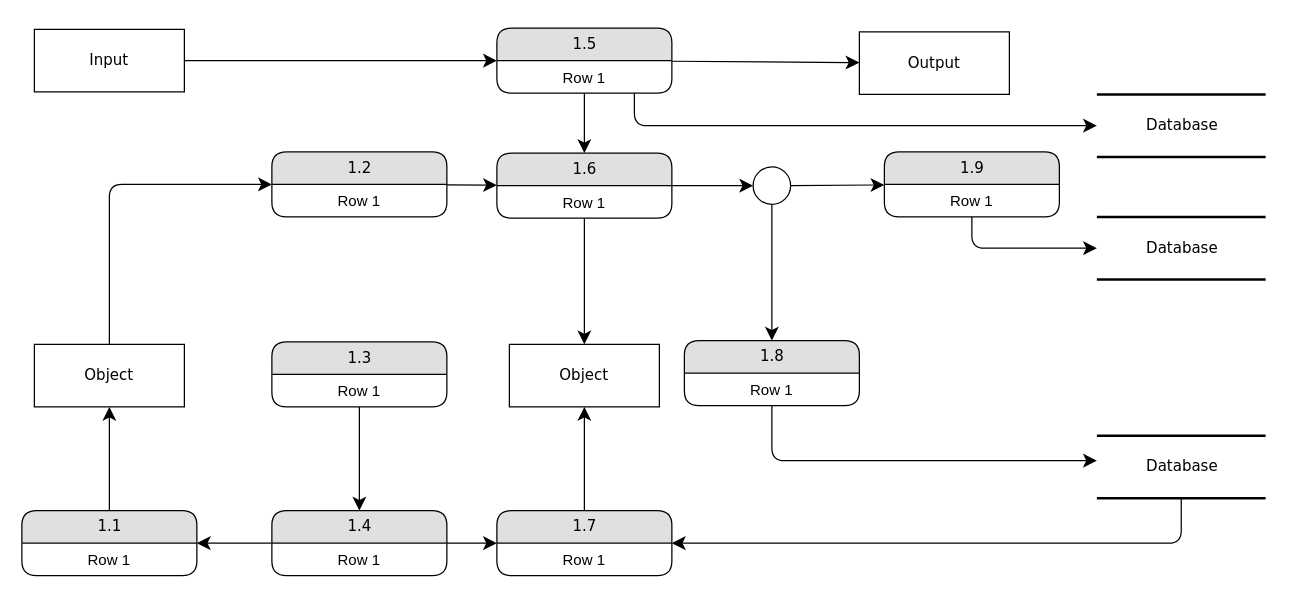
The draw.io diagram images/Untitled Diagram.drawio in ShandowOfStarLight/love_bot, before the edit. Source tidied: cells renumbered, new cells numbered last; positions are measured from the earlier drawing's top-left corner, leaving out a move shared by most shapes. Both pictures are drawn from the tidied source at 125%, with x=0, y=0 at pixel (21, 28).
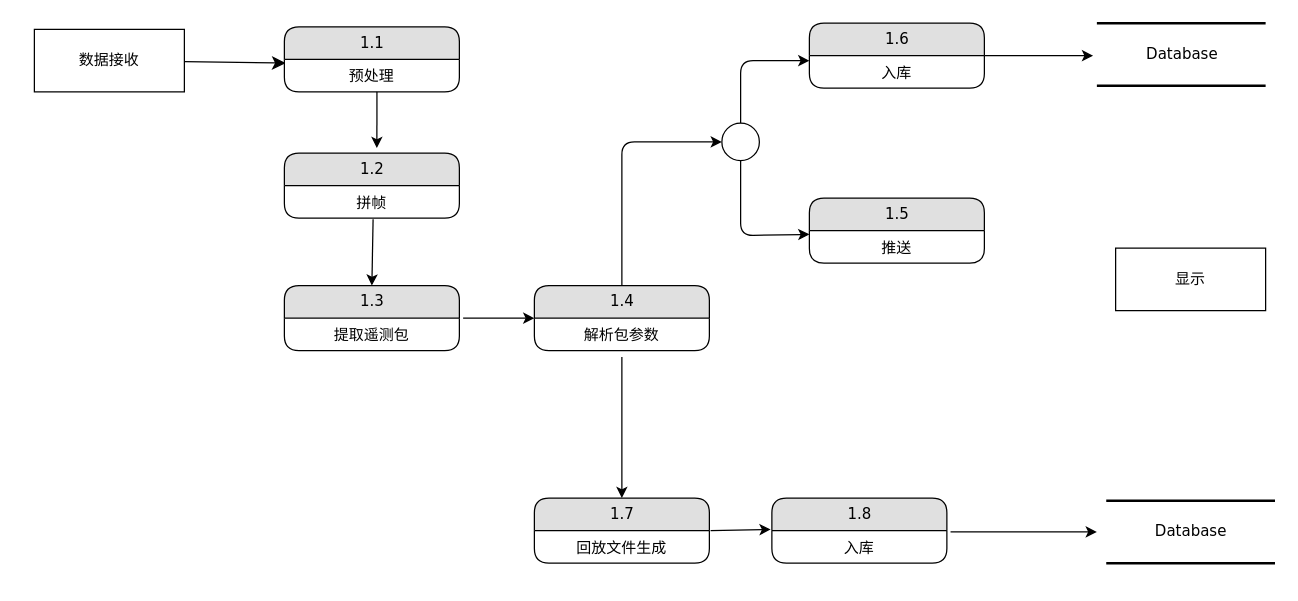
The same diagram, later.

Diff of the diagram source:
```diff
@@
     <mxCell id="2" value="Database" style="html=1;rounded=0;shadow=0;comic=0;labelBackgroundColor=none;strokeWidth=2;fontFamily=Verdana;fontSize=12;align=center;shape=mxgraph.ios7ui.horLines;" parent="1" vertex="1">
-      <mxGeometry x="860" y="53" width="135" height="50" as="geometry" />
+      <mxGeometry x="860" y="-4" width="135" height="50" as="geometry" />
     </mxCell>
-    <mxCell id="3" value="Database" style="html=1;rounded=0;shadow=0;comic=0;labelBackgroundColor=none;strokeWidth=2;fontFamily=Verdana;fontSize=12;align=center;shape=mxgraph.ios7ui.horLines;" parent="1" vertex="1">
-      <mxGeometry x="860" y="151" width="135" height="50" as="geometry" />
-    </mxCell>
-    <mxCell id="4" value="Output" style="whiteSpace=wrap;html=1;rounded=0;shadow=0;comic=0;labelBackgroundColor=none;strokeWidth=1;fontFamily=Verdana;fontSize=12;align=center;" parent="1" vertex="1">
-      <mxGeometry x="670" y="3" width="120" height="50" as="geometry" />
+    <mxCell id="4" value="显示" style="whiteSpace=wrap;html=1;rounded=0;shadow=0;comic=0;labelBackgroundColor=none;strokeWidth=1;fontFamily=Verdana;fontSize=12;align=center;" parent="1" vertex="1">
+      <mxGeometry x="875" y="176" width="120" height="50" as="geometry" />
     </mxCell>
-    <mxCell id="5" style="edgeStyle=none;html=1;labelBackgroundColor=none;startFill=0;startSize=8;endFill=1;endSize=8;fontFamily=Verdana;fontSize=12;" parent="1" edge="1" source="6" target="10">
+    <mxCell id="5" style="edgeStyle=none;html=1;labelBackgroundColor=none;startFill=0;startSize=8;endFill=1;endSize=8;fontFamily=Verdana;fontSize=12;entryX=0.007;entryY=0.115;entryDx=0;entryDy=0;entryPerimeter=0;" parent="1" edge="1" source="6" target="32">
       <mxGeometry relative="1" as="geometry" />
     </mxCell>
-    <mxCell id="6" value="Input" style="whiteSpace=wrap;html=1;rounded=0;shadow=0;comic=0;labelBackgroundColor=none;strokeWidth=1;fontFamily=Verdana;fontSize=12;align=center;" parent="1" vertex="1">
+    <mxCell id="6" value="数据接收" style="whiteSpace=wrap;html=1;rounded=0;shadow=0;comic=0;labelBackgroundColor=none;strokeWidth=1;fontFamily=Verdana;fontSize=12;align=center;" parent="1" vertex="1">
       <mxGeometry x="10" y="1" width="120" height="50" as="geometry" />
     </mxCell>
-    <mxCell id="7" style="edgeStyle=none;html=1;labelBackgroundColor=none;startFill=0;startSize=8;endFill=1;endSize=8;fontFamily=Verdana;fontSize=12;" parent="1" edge="1" source="10" target="4">
-      <mxGeometry relative="1" as="geometry" />
-    </mxCell>
-    <mxCell id="8" style="edgeStyle=none;html=1;labelBackgroundColor=none;startFill=0;startSize=8;endFill=1;endSize=8;fontFamily=Verdana;fontSize=12;" parent="1" edge="1" source="10" target="16">
-      <mxGeometry relative="1" as="geometry" />
-    </mxCell>
-    <mxCell id="9" style="edgeStyle=orthogonalEdgeStyle;html=1;labelBackgroundColor=none;startFill=0;startSize=8;endFill=1;endSize=8;fontFamily=Verdana;fontSize=12;" parent="1" edge="1" source="10" target="2">
-      <mxGeometry relative="1" as="geometry">
-        <Array as="points">
-          <mxPoint x="490" y="78" />
-        </Array>
-      </mxGeometry>
-    </mxCell>
     <mxCell id="10" value="1.5" style="swimlane;html=1;fontStyle=0;horizontal=1;startSize=26;fillColor=#e0e0e0;swimlaneFillColor=#ffffff;align=center;rounded=1;shadow=0;comic=0;labelBackgroundColor=none;strokeWidth=1;fontFamily=Verdana;fontSize=12;" parent="1" vertex="1">
-      <mxGeometry x="380" width="140" height="52" as="geometry" />
+      <mxGeometry x="630" y="136" width="140" height="52" as="geometry" />
     </mxCell>
-    <mxCell id="11" value="Row 1" style="text;html=1;strokeColor=none;fillColor=none;spacingLeft=4;spacingRight=4;whiteSpace=wrap;overflow=hidden;align=center;" parent="10" vertex="1">
+    <mxCell id="11" value="推送" style="text;html=1;strokeColor=none;fillColor=none;spacingLeft=4;spacingRight=4;whiteSpace=wrap;overflow=hidden;align=center;" parent="10" vertex="1">
       <mxGeometry y="26" width="140" height="26" as="geometry" />
     </mxCell>
-    <mxCell id="12" style="edgeStyle=orthogonalEdgeStyle;html=1;labelBackgroundColor=none;startFill=0;startSize=8;endFill=1;endSize=8;fontFamily=Verdana;fontSize=12;" parent="1" edge="1" source="13" target="38">
-      <mxGeometry relative="1" as="geometry">
-        <Array as="points">
-          <mxPoint x="928" y="412" />
-        </Array>
-      </mxGeometry>
-    </mxCell>
     <mxCell id="13" value="Database" style="html=1;rounded=0;shadow=0;comic=0;labelBackgroundColor=none;strokeWidth=2;fontFamily=Verdana;fontSize=12;align=center;shape=mxgraph.ios7ui.horLines;" parent="1" vertex="1">
-      <mxGeometry x="860" y="326" width="135" height="50" as="geometry" />
+      <mxGeometry x="867.5" y="378" width="135" height="50" as="geometry" />
     </mxCell>
-    <mxCell id="14" style="edgeStyle=none;html=1;labelBackgroundColor=none;startFill=0;startSize=8;endFill=1;endSize=8;fontFamily=Verdana;fontSize=12;" parent="1" edge="1" source="16" target="45">
-      <mxGeometry relative="1" as="geometry" />
-    </mxCell>
-    <mxCell id="15" style="edgeStyle=none;html=1;labelBackgroundColor=none;startFill=0;startSize=8;endFill=1;endSize=8;fontFamily=Verdana;fontSize=12;" parent="1" edge="1" source="16" target="42">
-      <mxGeometry relative="1" as="geometry" />
-    </mxCell>
     <mxCell id="16" value="1.6" style="swimlane;html=1;fontStyle=0;horizontal=1;startSize=26;fillColor=#e0e0e0;swimlaneFillColor=#ffffff;align=center;rounded=1;shadow=0;comic=0;labelBackgroundColor=none;strokeWidth=1;fontFamily=Verdana;fontSize=12;" parent="1" vertex="1">
-      <mxGeometry x="380" y="100" width="140" height="52" as="geometry" />
+      <mxGeometry x="630" y="-4" width="140" height="52" as="geometry" />
     </mxCell>
-    <mxCell id="17" value="Row 1" style="text;html=1;strokeColor=none;fillColor=none;spacingLeft=4;spacingRight=4;whiteSpace=wrap;overflow=hidden;points=[[0,0.5],[1,0.5]];portConstraint=eastwest;align=center;" parent="16" vertex="1">
+    <mxCell id="17" value="入库" style="text;html=1;strokeColor=none;fillColor=none;spacingLeft=4;spacingRight=4;whiteSpace=wrap;overflow=hidden;points=[[0,0.5],[1,0.5]];portConstraint=eastwest;align=center;" parent="16" vertex="1">
       <mxGeometry y="26" width="140" height="26" as="geometry" />
     </mxCell>
-    <mxCell id="18" style="edgeStyle=none;html=1;labelBackgroundColor=none;startFill=0;startSize=8;endFill=1;endSize=8;fontFamily=Verdana;fontSize=12;" parent="1" edge="1" source="19" target="16">
-      <mxGeometry relative="1" as="geometry" />
-    </mxCell>
     <mxCell id="19" value="1.2" style="swimlane;html=1;fontStyle=0;horizontal=1;startSize=26;fillColor=#e0e0e0;swimlaneFillColor=#ffffff;align=center;rounded=1;shadow=0;comic=0;labelBackgroundColor=none;strokeWidth=1;fontFamily=Verdana;fontSize=12;" parent="1" vertex="1">
-      <mxGeometry x="200" y="99" width="140" height="52" as="geometry" />
+      <mxGeometry x="210" y="100" width="140" height="52" as="geometry" />
     </mxCell>
-    <mxCell id="20" value="Row 1" style="text;html=1;strokeColor=none;fillColor=none;spacingLeft=4;spacingRight=4;whiteSpace=wrap;overflow=hidden;points=[[0,0.5],[1,0.5]];portConstraint=eastwest;align=center;" parent="19" vertex="1">
+    <mxCell id="20" value="拼帧" style="text;html=1;strokeColor=none;fillColor=none;spacingLeft=4;spacingRight=4;whiteSpace=wrap;overflow=hidden;points=[[0,0.5],[1,0.5]];portConstraint=eastwest;align=center;" parent="19" vertex="1">
       <mxGeometry y="26" width="140" height="26" as="geometry" />
     </mxCell>
-    <mxCell id="21" style="edgeStyle=orthogonalEdgeStyle;html=1;labelBackgroundColor=none;startFill=0;startSize=8;endFill=1;endSize=8;fontFamily=Verdana;fontSize=12;" parent="1" edge="1" source="22" target="3">
-      <mxGeometry relative="1" as="geometry">
-        <Array as="points">
-          <mxPoint x="760" y="176" />
-        </Array>
-      </mxGeometry>
-    </mxCell>
-    <mxCell id="22" value="1.9" style="swimlane;html=1;fontStyle=0;horizontal=1;startSize=26;fillColor=#e0e0e0;swimlaneFillColor=#ffffff;align=center;rounded=1;shadow=0;comic=0;labelBackgroundColor=none;strokeWidth=1;fontFamily=Verdana;fontSize=12;" parent="1" vertex="1">
-      <mxGeometry x="690" y="99" width="140" height="52" as="geometry" />
-    </mxCell>
-    <mxCell id="23" value="Row 1" style="text;html=1;strokeColor=none;fillColor=none;spacingLeft=4;spacingRight=4;whiteSpace=wrap;overflow=hidden;align=center;" parent="22" vertex="1">
-      <mxGeometry y="26" width="140" height="26" as="geometry" />
-    </mxCell>
-    <mxCell id="24" style="edgeStyle=none;html=1;labelBackgroundColor=none;startFill=0;startSize=8;endFill=1;endSize=8;fontFamily=Verdana;fontSize=12;" parent="1" edge="1" source="25" target="35">
-      <mxGeometry relative="1" as="geometry" />
-    </mxCell>
     <mxCell id="25" value="1.3" style="swimlane;html=1;fontStyle=0;horizontal=1;startSize=26;fillColor=#e0e0e0;swimlaneFillColor=#ffffff;align=center;rounded=1;shadow=0;comic=0;labelBackgroundColor=none;strokeWidth=1;fontFamily=Verdana;fontSize=12;" parent="1" vertex="1">
-      <mxGeometry x="200" y="251" width="140" height="52" as="geometry" />
+      <mxGeometry x="210" y="206" width="140" height="52" as="geometry" />
     </mxCell>
-    <mxCell id="26" value="Row 1" style="text;html=1;strokeColor=none;fillColor=none;spacingLeft=4;spacingRight=4;whiteSpace=wrap;overflow=hidden;align=center;" parent="25" vertex="1">
+    <mxCell id="26" value="提取遥测包" style="text;html=1;strokeColor=none;fillColor=none;spacingLeft=4;spacingRight=4;whiteSpace=wrap;overflow=hidden;align=center;" parent="25" vertex="1">
       <mxGeometry y="26" width="140" height="26" as="geometry" />
     </mxCell>
-    <mxCell id="27" style="edgeStyle=orthogonalEdgeStyle;html=1;labelBackgroundColor=none;startFill=0;startSize=8;endFill=1;endSize=8;fontFamily=Verdana;fontSize=12;" parent="1" edge="1" source="28" target="13">
-      <mxGeometry relative="1" as="geometry">
-        <Array as="points">
-          <mxPoint x="600" y="346" />
-        </Array>
-      </mxGeometry>
-    </mxCell>
     <mxCell id="28" value="1.8" style="swimlane;html=1;fontStyle=0;horizontal=1;startSize=26;fillColor=#e0e0e0;swimlaneFillColor=#ffffff;align=center;rounded=1;shadow=0;comic=0;labelBackgroundColor=none;strokeWidth=1;fontFamily=Verdana;fontSize=12;" parent="1" vertex="1">
-      <mxGeometry x="530" y="250" width="140" height="52" as="geometry" />
+      <mxGeometry x="600" y="376" width="140" height="52" as="geometry" />
     </mxCell>
-    <mxCell id="29" value="Row 1" style="text;html=1;strokeColor=none;fillColor=none;spacingLeft=4;spacingRight=4;whiteSpace=wrap;overflow=hidden;points=[[0,0.5],[1,0.5]];portConstraint=eastwest;align=center;" parent="28" vertex="1">
+    <mxCell id="29" value="入库" style="text;html=1;strokeColor=none;fillColor=none;spacingLeft=4;spacingRight=4;whiteSpace=wrap;overflow=hidden;points=[[0,0.5],[1,0.5]];portConstraint=eastwest;align=center;" parent="28" vertex="1">
       <mxGeometry y="26" width="140" height="26" as="geometry" />
     </mxCell>
-    <mxCell id="30" style="edgeStyle=none;html=1;labelBackgroundColor=none;startFill=0;startSize=8;endFill=1;endSize=8;fontFamily=Verdana;fontSize=12;" parent="1" edge="1" source="31" target="41">
-      <mxGeometry relative="1" as="geometry" />
-    </mxCell>
     <mxCell id="31" value="1.1" style="swimlane;html=1;fontStyle=0;horizontal=1;startSize=26;fillColor=#e0e0e0;swimlaneFillColor=#ffffff;align=center;rounded=1;shadow=0;comic=0;labelBackgroundColor=none;strokeWidth=1;fontFamily=Verdana;fontSize=12;" parent="1" vertex="1">
-      <mxGeometry y="386" width="140" height="52" as="geometry" />
+      <mxGeometry x="210" y="-1" width="140" height="52" as="geometry" />
     </mxCell>
-    <mxCell id="32" value="Row 1" style="text;html=1;strokeColor=none;fillColor=none;spacingLeft=4;spacingRight=4;whiteSpace=wrap;overflow=hidden;points=[[0,0.5],[1,0.5]];portConstraint=eastwest;align=center;" parent="31" vertex="1">
+    <mxCell id="32" value="预处理" style="text;html=1;strokeColor=none;fillColor=none;spacingLeft=4;spacingRight=4;whiteSpace=wrap;overflow=hidden;points=[[0,0.5],[1,0.5]];portConstraint=eastwest;align=center;" parent="31" vertex="1">
       <mxGeometry y="26" width="140" height="26" as="geometry" />
     </mxCell>
-    <mxCell id="33" style="edgeStyle=none;html=1;labelBackgroundColor=none;startFill=0;startSize=8;endFill=1;endSize=8;fontFamily=Verdana;fontSize=12;" parent="1" edge="1" source="35" target="38">
-      <mxGeometry relative="1" as="geometry" />
-    </mxCell>
-    <mxCell id="34" style="edgeStyle=none;html=1;labelBackgroundColor=none;startFill=0;startSize=8;endFill=1;endSize=8;fontFamily=Verdana;fontSize=12;" parent="1" edge="1" source="35" target="31">
-      <mxGeometry relative="1" as="geometry" />
-    </mxCell>
     <mxCell id="35" value="1.4" style="swimlane;html=1;fontStyle=0;horizontal=1;startSize=26;fillColor=#e0e0e0;swimlaneFillColor=#ffffff;align=center;rounded=1;shadow=0;comic=0;labelBackgroundColor=none;strokeWidth=1;fontFamily=Verdana;fontSize=12;" parent="1" vertex="1">
-      <mxGeometry x="200" y="386" width="140" height="52" as="geometry" />
+      <mxGeometry x="410" y="206" width="140" height="52" as="geometry" />
     </mxCell>
-    <mxCell id="36" value="Row 1" style="text;html=1;strokeColor=none;fillColor=none;spacingLeft=4;spacingRight=4;whiteSpace=wrap;overflow=hidden;align=center;" parent="35" vertex="1">
+    <mxCell id="36" value="解析包参数" style="text;html=1;strokeColor=none;fillColor=none;spacingLeft=4;spacingRight=4;whiteSpace=wrap;overflow=hidden;align=center;" parent="35" vertex="1">
       <mxGeometry y="26" width="140" height="26" as="geometry" />
     </mxCell>
-    <mxCell id="37" style="edgeStyle=none;html=1;labelBackgroundColor=none;startFill=0;startSize=8;endFill=1;endSize=8;fontFamily=Verdana;fontSize=12;" parent="1" edge="1" source="38" target="42">
-      <mxGeometry relative="1" as="geometry" />
-    </mxCell>
     <mxCell id="38" value="1.7" style="swimlane;html=1;fontStyle=0;horizontal=1;startSize=26;fillColor=#e0e0e0;swimlaneFillColor=#ffffff;align=center;rounded=1;shadow=0;comic=0;labelBackgroundColor=none;strokeWidth=1;fontFamily=Verdana;fontSize=12;" parent="1" vertex="1">
-      <mxGeometry x="380" y="386" width="140" height="52" as="geometry" />
+      <mxGeometry x="410" y="376" width="140" height="52" as="geometry" />
     </mxCell>
-    <mxCell id="39" value="Row 1" style="text;html=1;strokeColor=none;fillColor=none;spacingLeft=4;spacingRight=4;whiteSpace=wrap;overflow=hidden;points=[[0,0.5],[1,0.5]];portConstraint=eastwest;align=center;" parent="38" vertex="1">
+    <mxCell id="39" value="回放文件生成" style="text;html=1;strokeColor=none;fillColor=none;spacingLeft=4;spacingRight=4;whiteSpace=wrap;overflow=hidden;points=[[0,0.5],[1,0.5]];portConstraint=eastwest;align=center;" parent="38" vertex="1">
       <mxGeometry y="26" width="140" height="26" as="geometry" />
     </mxCell>
-    <mxCell id="40" style="edgeStyle=orthogonalEdgeStyle;html=1;labelBackgroundColor=none;startFill=0;startSize=8;endFill=1;endSize=8;fontFamily=Verdana;fontSize=12;" parent="1" edge="1" source="41" target="19">
-      <mxGeometry relative="1" as="geometry">
-        <Array as="points">
-          <mxPoint x="70" y="125" />
-        </Array>
-      </mxGeometry>
-    </mxCell>
-    <mxCell id="41" value="Object" style="whiteSpace=wrap;html=1;rounded=0;shadow=0;comic=0;labelBackgroundColor=none;strokeWidth=1;fontFamily=Verdana;fontSize=12;align=center;" parent="1" vertex="1">
-      <mxGeometry x="10" y="253" width="120" height="50" as="geometry" />
-    </mxCell>
-    <mxCell id="42" value="Object" style="whiteSpace=wrap;html=1;rounded=0;shadow=0;comic=0;labelBackgroundColor=none;strokeWidth=1;fontFamily=Verdana;fontSize=12;align=center;" parent="1" vertex="1">
-      <mxGeometry x="390" y="253" width="120" height="50" as="geometry" />
-    </mxCell>
-    <mxCell id="43" style="edgeStyle=none;html=1;labelBackgroundColor=none;startFill=0;startSize=8;endFill=1;endSize=8;fontFamily=Verdana;fontSize=12;" parent="1" edge="1" source="45" target="28">
-      <mxGeometry relative="1" as="geometry" />
-    </mxCell>
-    <mxCell id="44" style="edgeStyle=none;html=1;labelBackgroundColor=none;startFill=0;startSize=8;endFill=1;endSize=8;fontFamily=Verdana;fontSize=12;" parent="1" edge="1" source="45" target="22">
-      <mxGeometry relative="1" as="geometry" />
-    </mxCell>
+    <mxCell id="46" style="endArrow=classic;html=1;exitX=1.007;exitY=0;exitDx=0;exitDy=0;exitPerimeter=0;entryX=-0.007;entryY=-0.038;entryDx=0;entryDy=0;entryPerimeter=0;" parent="1" edge="1" source="39" target="29">
+      <mxGeometry relative="1" as="geometry" />
+    </mxCell>
+    <mxCell id="47" style="endArrow=classic;html=1;exitX=0.5;exitY=0;exitDx=0;exitDy=0;entryX=0;entryY=0.5;entryDx=0;entryDy=0;" parent="1" edge="1" source="35" target="45">
+      <mxGeometry relative="1" as="geometry">
+        <Array as="points">
+          <mxPoint x="480" y="136" />
+          <mxPoint x="480" y="91" />
+        </Array>
+      </mxGeometry>
+    </mxCell>
+    <mxCell id="48" style="endArrow=classic;html=1;entryX=0;entryY=0.154;entryDx=0;entryDy=0;entryPerimeter=0;exitX=0.5;exitY=0;exitDx=0;exitDy=0;" parent="1" edge="1" source="45" target="17">
+      <mxGeometry relative="1" as="geometry">
+        <Array as="points">
+          <mxPoint x="575" y="26" />
+        </Array>
+      </mxGeometry>
+    </mxCell>
     <mxCell id="45" style="ellipse;whiteSpace=wrap;html=1;rounded=1;shadow=0;comic=0;labelBackgroundColor=none;strokeWidth=1;fontFamily=Verdana;fontSize=12;align=center;" parent="1" vertex="1">
-      <mxGeometry x="585" y="111" width="30" height="30" as="geometry" />
+      <mxGeometry x="560" y="76" width="30" height="30" as="geometry" />
     </mxCell>
+    <mxCell id="49" style="endArrow=classic;html=1;exitX=0.5;exitY=1;exitDx=0;exitDy=0;" parent="1" edge="1" source="45">
+      <mxGeometry relative="1" as="geometry">
+        <mxPoint x="630" y="165" as="targetPoint" />
+        <Array as="points">
+          <mxPoint x="575" y="166" />
+        </Array>
+      </mxGeometry>
+    </mxCell>
+    <mxCell id="50" style="endArrow=classic;html=1;exitX=1;exitY=0.5;exitDx=0;exitDy=0;" parent="1" edge="1" source="16">
+      <mxGeometry relative="1" as="geometry">
+        <mxPoint x="857" y="22" as="targetPoint" />
+      </mxGeometry>
+    </mxCell>
+    <mxCell id="51" style="endArrow=classic;html=1;exitX=0.529;exitY=1;exitDx=0;exitDy=0;exitPerimeter=0;" parent="1" edge="1" source="32">
+      <mxGeometry relative="1" as="geometry">
+        <mxPoint x="284" y="96" as="targetPoint" />
+      </mxGeometry>
+    </mxCell>
+    <mxCell id="52" style="endArrow=classic;html=1;exitX=0.507;exitY=1.038;exitDx=0;exitDy=0;exitPerimeter=0;entryX=0.5;entryY=0;entryDx=0;entryDy=0;" parent="1" edge="1" source="20" target="25">
+      <mxGeometry relative="1" as="geometry" />
+    </mxCell>
+    <mxCell id="53" style="endArrow=classic;html=1;entryX=0;entryY=0.5;entryDx=0;entryDy=0;" parent="1" edge="1" target="35">
+      <mxGeometry relative="1" as="geometry">
+        <mxPoint x="353" y="232" as="sourcePoint" />
+      </mxGeometry>
+    </mxCell>
+    <mxCell id="54" style="endArrow=classic;html=1;exitX=1.021;exitY=0.038;exitDx=0;exitDy=0;exitPerimeter=0;" parent="1" edge="1" source="29">
+      <mxGeometry relative="1" as="geometry">
+        <mxPoint x="860" y="403" as="targetPoint" />
+      </mxGeometry>
+    </mxCell>
+    <mxCell id="55" style="endArrow=classic;html=1;entryX=0.5;entryY=0;entryDx=0;entryDy=0;" parent="1" edge="1" target="38">
+      <mxGeometry relative="1" as="geometry">
+        <mxPoint x="480" y="263" as="sourcePoint" />
+      </mxGeometry>
+    </mxCell>
```
